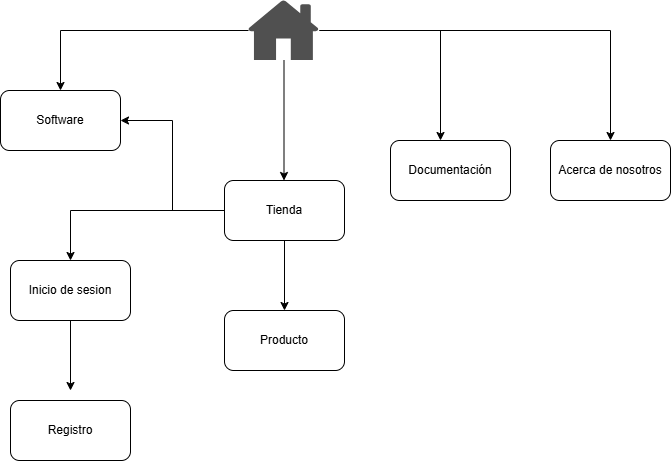
Before: imagenes/diagrama_de_navegación_zetavision.png, a diagram exported from draw.io (zeta-wq/Proyecto-SMX2-26-27). Source tidied: cells renumbered, new cells last; positions are measured from the earlier drawing's top-left corner, leaving out a move shared by most shapes.
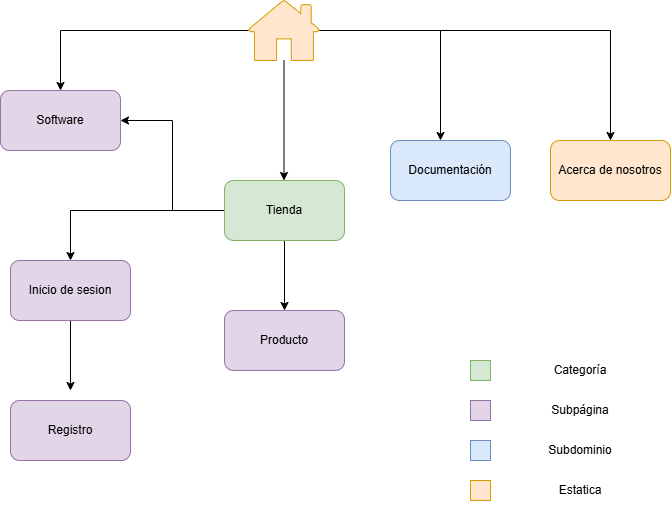
After the commit.

Diff of the diagram source:
```diff
@@ -22,10 +22,10 @@
         <mxPoint x="610" y="140" as="targetPoint" />
       </mxGeometry>
     </mxCell>
-    <mxCell id="6" style="sketch=0;shadow=0;dashed=0;html=1;strokeColor=none;fillColor=#505050;labelPosition=center;verticalLabelPosition=bottom;verticalAlign=top;outlineConnect=0;align=center;shape=mxgraph.office.concepts.home;" parent="1" vertex="1">
+    <mxCell id="6" style="sketch=0;shadow=0;dashed=0;html=1;strokeColor=#d79b00;fillColor=#ffe6cc;labelPosition=center;verticalLabelPosition=bottom;verticalAlign=top;outlineConnect=0;align=center;shape=mxgraph.office.concepts.home;" parent="1" vertex="1">
       <mxGeometry x="248" width="71" height="60" as="geometry" />
     </mxCell>
-    <mxCell id="7" value="Software" style="rounded=1;whiteSpace=wrap;html=1;roundedPerimeter=1;" parent="1" vertex="1">
+    <mxCell id="7" value="Software" style="rounded=1;whiteSpace=wrap;html=1;roundedPerimeter=1;fillColor=#e1d5e7;strokeColor=#9673a6;" parent="1" vertex="1">
       <mxGeometry y="90" width="120" height="60" as="geometry" />
     </mxCell>
     <mxCell id="8" style="edgeStyle=orthogonalEdgeStyle;rounded=0;jettySize=auto;html=1;" parent="1" edge="1" source="11">
@@ -41,7 +41,7 @@
         <mxPoint x="284" y="310" as="targetPoint" />
       </mxGeometry>
     </mxCell>
-    <mxCell id="11" value="Tienda" style="rounded=1;whiteSpace=wrap;html=1;roundedPerimeter=1;" parent="1" vertex="1">
+    <mxCell id="11" value="Tienda" style="rounded=1;whiteSpace=wrap;html=1;roundedPerimeter=1;fillColor=#d5e8d4;strokeColor=#82b366;" parent="1" vertex="1">
       <mxGeometry x="224" y="180" width="120" height="60" as="geometry" />
     </mxCell>
     <mxCell id="12" style="edgeStyle=orthogonalEdgeStyle;rounded=0;jettySize=auto;html=1;" parent="1" edge="1" source="13">
@@ -49,20 +49,44 @@
         <mxPoint x="70" y="390" as="targetPoint" />
       </mxGeometry>
     </mxCell>
-    <mxCell id="13" value="Inicio de sesion" style="rounded=1;whiteSpace=wrap;html=1;roundedPerimeter=1;" parent="1" vertex="1">
+    <mxCell id="13" value="Inicio de sesion" style="rounded=1;whiteSpace=wrap;html=1;roundedPerimeter=1;fillColor=#e1d5e7;strokeColor=#9673a6;" parent="1" vertex="1">
       <mxGeometry x="10" y="260" width="120" height="60" as="geometry" />
     </mxCell>
-    <mxCell id="14" value="Registro" style="rounded=1;whiteSpace=wrap;html=1;roundedPerimeter=1;" parent="1" vertex="1">
+    <mxCell id="14" value="Registro" style="rounded=1;whiteSpace=wrap;html=1;roundedPerimeter=1;fillColor=#e1d5e7;strokeColor=#9673a6;" parent="1" vertex="1">
       <mxGeometry x="10" y="400" width="120" height="60" as="geometry" />
     </mxCell>
-    <mxCell id="15" value="Producto" style="rounded=1;whiteSpace=wrap;html=1;roundedPerimeter=1;" parent="1" vertex="1">
+    <mxCell id="15" value="Producto" style="rounded=1;whiteSpace=wrap;html=1;roundedPerimeter=1;fillColor=#e1d5e7;strokeColor=#9673a6;" parent="1" vertex="1">
       <mxGeometry x="224" y="310" width="120" height="60" as="geometry" />
     </mxCell>
-    <mxCell id="16" value="Documentación" style="rounded=1;whiteSpace=wrap;html=1;roundedPerimeter=1;" parent="1" vertex="1">
+    <mxCell id="16" value="Documentación" style="rounded=1;whiteSpace=wrap;html=1;roundedPerimeter=1;fillColor=#dae8fc;strokeColor=#6c8ebf;" parent="1" vertex="1">
       <mxGeometry x="390" y="140" width="120" height="60" as="geometry" />
     </mxCell>
-    <mxCell id="17" value="Acerca de nosotros" style="rounded=1;whiteSpace=wrap;html=1;roundedPerimeter=1;" parent="1" vertex="1">
+    <mxCell id="17" value="Acerca de nosotros" style="rounded=1;whiteSpace=wrap;html=1;roundedPerimeter=1;fillColor=#ffe6cc;strokeColor=#d79b00;" parent="1" vertex="1">
       <mxGeometry x="550" y="140" width="120" height="60" as="geometry" />
     </mxCell>
+    <mxCell id="18" style="rounded=0;whiteSpace=wrap;html=1;fillColor=#d5e8d4;strokeColor=#82b366;" parent="1" vertex="1">
+      <mxGeometry x="470" y="360" width="20" height="20" as="geometry" />
+    </mxCell>
+    <mxCell id="19" style="rounded=0;whiteSpace=wrap;html=1;fillColor=#e1d5e7;strokeColor=#9673a6;" parent="1" vertex="1">
+      <mxGeometry x="470" y="400" width="20" height="20" as="geometry" />
+    </mxCell>
+    <mxCell id="20" style="rounded=0;whiteSpace=wrap;html=1;fillColor=#dae8fc;strokeColor=#6c8ebf;" parent="1" vertex="1">
+      <mxGeometry x="470" y="440" width="20" height="20" as="geometry" />
+    </mxCell>
+    <mxCell id="21" style="rounded=0;whiteSpace=wrap;html=1;fillColor=#ffe6cc;strokeColor=#d79b00;" parent="1" vertex="1">
+      <mxGeometry x="470" y="480" width="20" height="20" as="geometry" />
+    </mxCell>
+    <mxCell id="22" value="Categoría" style="text;html=1;whiteSpace=wrap;strokeColor=none;fillColor=none;align=center;verticalAlign=middle;rounded=0;" parent="1" vertex="1">
+      <mxGeometry x="500" y="355" width="160" height="30" as="geometry" />
+    </mxCell>
+    <mxCell id="23" value="Subpágina" style="text;html=1;whiteSpace=wrap;strokeColor=none;fillColor=none;align=center;verticalAlign=middle;rounded=0;" parent="1" vertex="1">
+      <mxGeometry x="550" y="395" width="60" height="30" as="geometry" />
+    </mxCell>
+    <mxCell id="24" value="Subdominio" style="text;html=1;whiteSpace=wrap;strokeColor=none;fillColor=none;align=center;verticalAlign=middle;rounded=0;" parent="1" vertex="1">
+      <mxGeometry x="550" y="435" width="60" height="30" as="geometry" />
+    </mxCell>
+    <mxCell id="25" value="Estatica" style="text;html=1;whiteSpace=wrap;strokeColor=none;fillColor=none;align=center;verticalAlign=middle;rounded=0;" parent="1" vertex="1">
+      <mxGeometry x="550" y="475" width="60" height="30" as="geometry" />
+    </mxCell>
   </root>
 </mxGraphModel>
```
